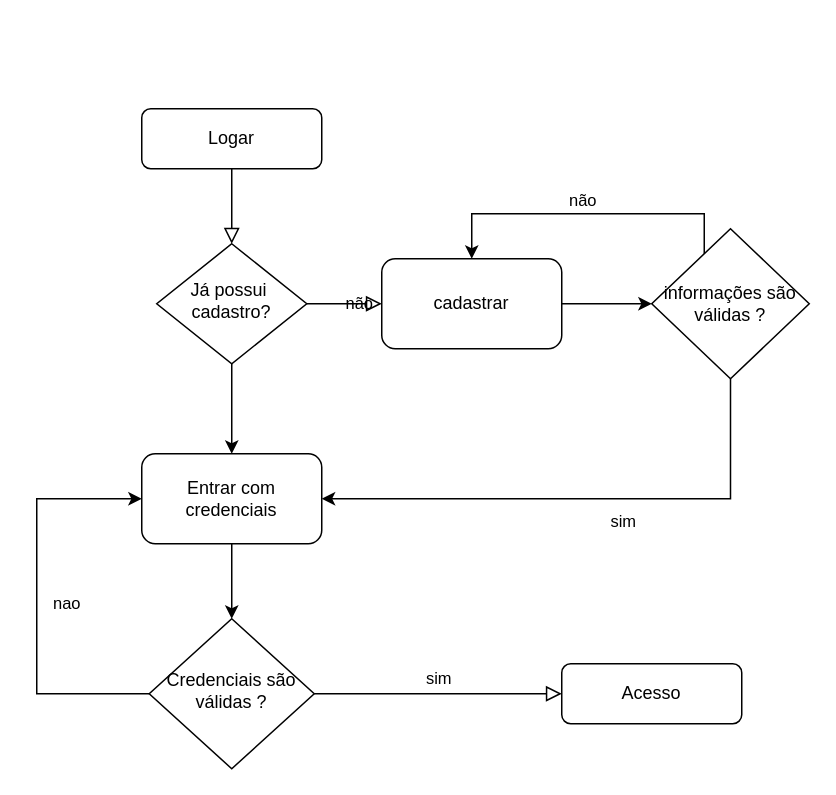
Earlier version of the draw.io diagram Diagrama sem nome.drawio (TiagoFernandes11/CRUD---Java). Source tidied: cells renumbered, new cells numbered last; positions are measured from the earlier drawing's top-left corner, leaving out a move shared by most shapes. Both pictures are drawn from the tidied source at 150%, with x=0, y=0 at pixel (36, 108).
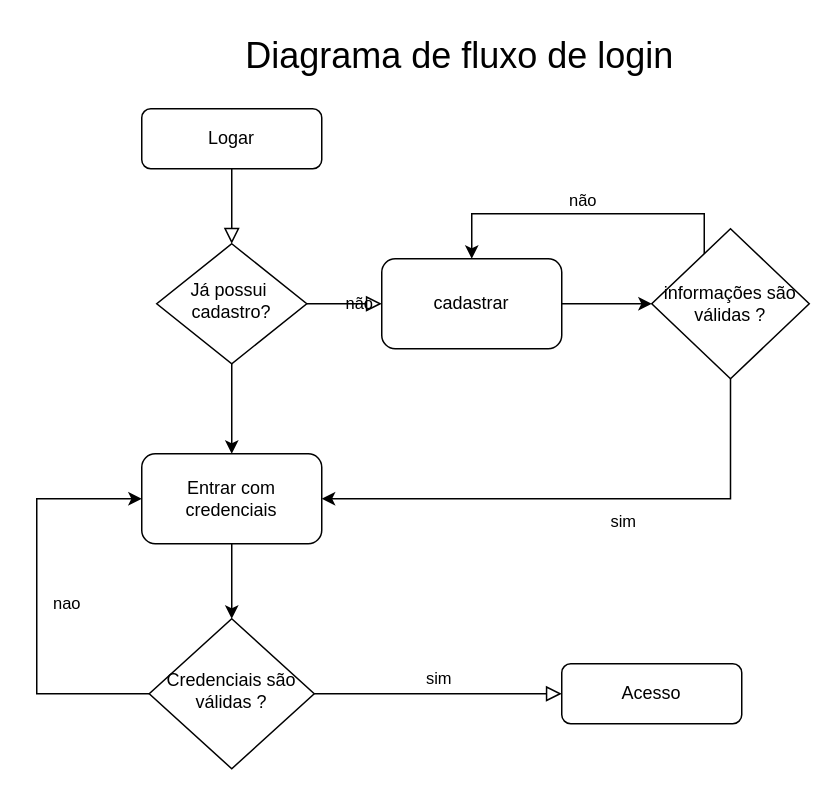
Above is the later version.

Change to the diagram source:
```diff
@@
+    <mxCell id="19" value="Diagrama de fluxo de login&amp;nbsp;" style="text;html=1;align=center;verticalAlign=middle;strokeColor=none;fillColor=none;strokeWidth=5;fontSize=24;" parent="1" vertex="1">
+      <mxGeometry x="125" y="-55" width="320" height="40" as="geometry" />
+    </mxCell>
```
